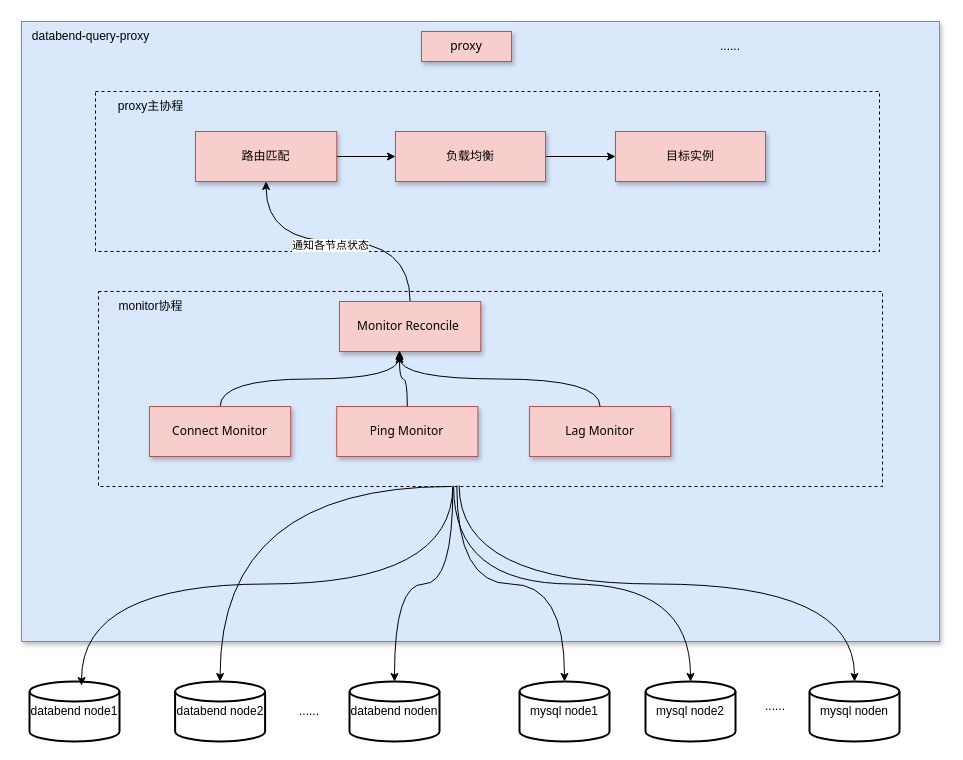
The draw.io diagram doc/databend-mysql-proxy动态路由.drawio in jackjoesh/databend, before the edit. Source tidied: cells renumbered, new cells numbered last; positions are measured from the earlier drawing's top-left corner, leaving out a move shared by most shapes. Both pictures are drawn from the tidied source at 100%, with x=0, y=0 at pixel (19, 21).
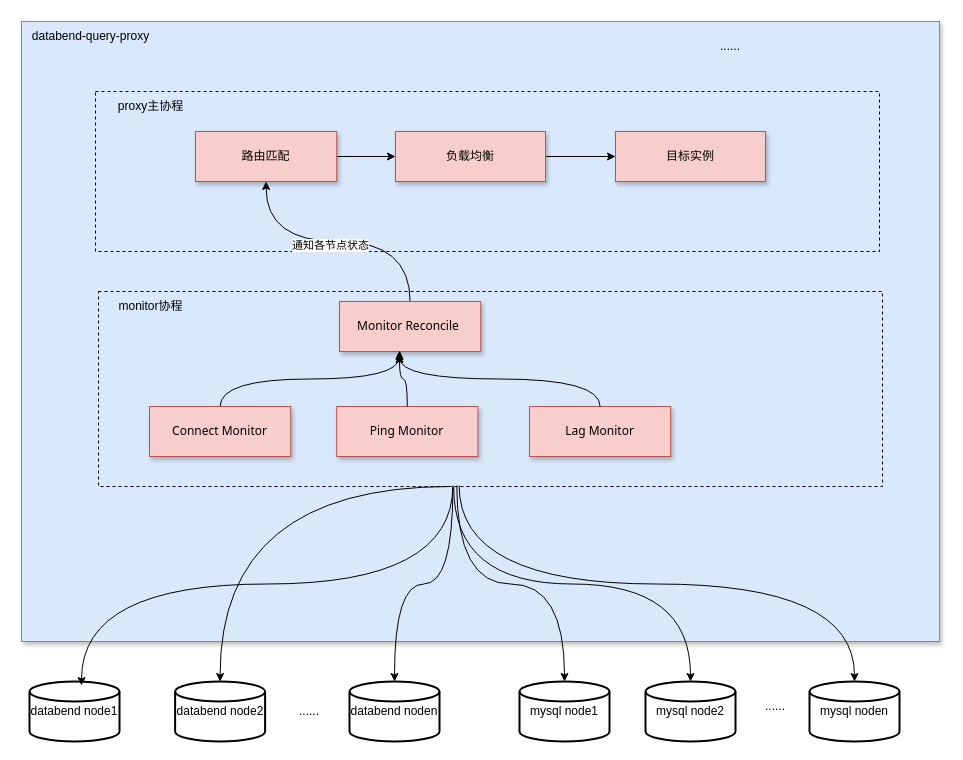
Above is the later version.

Commit message:
更新databend-mysql-proxy动态路由.drawio

The edit, as a diff of the source:
```diff
@@
-    <mxCell id="6" value="proxy" style="rounded=0;whiteSpace=wrap;html=1;fillColor=#f8cecc;strokeColor=#b85450;shadow=1;fontFamily=Tahoma;" parent="1" vertex="1">
-      <mxGeometry x="402" y="10" width="90" height="30" as="geometry" />
-    </mxCell>
```
